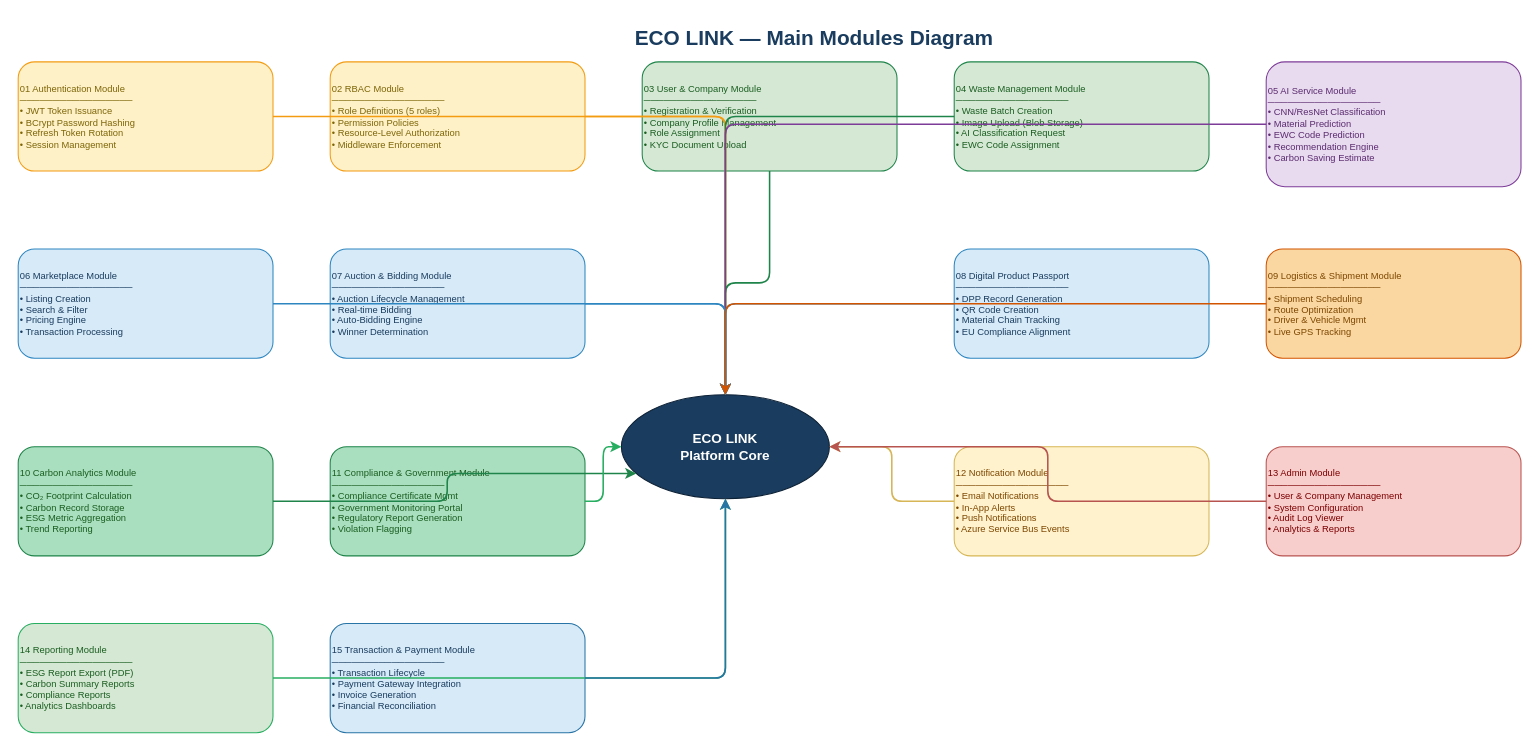
This is docs/04_Main_Modules_Diagram.drawio from shadaneutron/Eco_Link_For_Red_Dev, a draw.io file, before an edit. Source tidied: cells renumbered, new cells numbered last; positions are measured from the earlier drawing's top-left corner, leaving out a move shared by most shapes. Both pictures are drawn from the tidied source at 104%, with x=0, y=0 at pixel (18, 18).
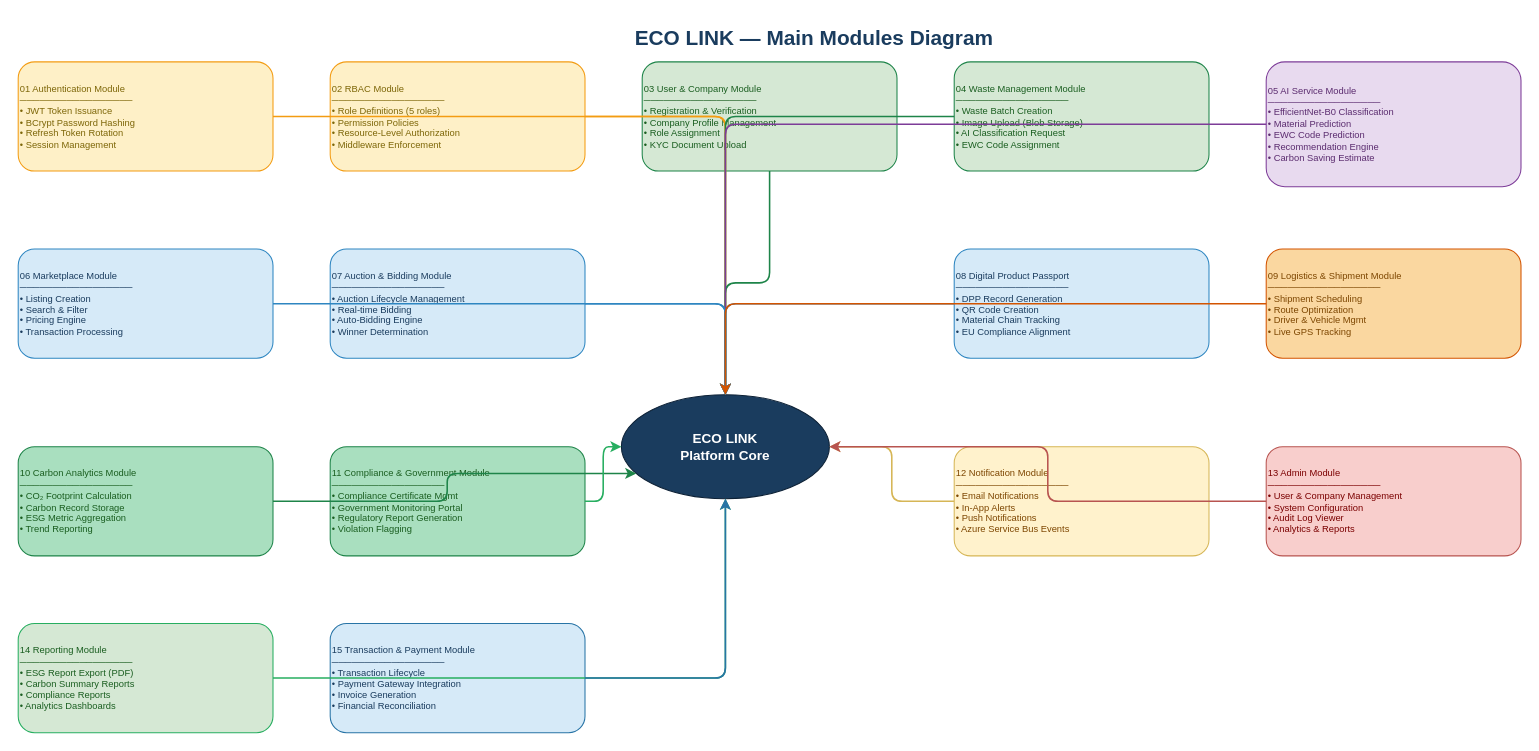
The same page after the edit.

Diff of the diagram source:
```diff
@@
-    <mxCell id="8" value="05 AI Service Module&#10;─────────────────&#10;• CNN/ResNet Classification&#10;• Material Prediction&#10;• EWC Code Prediction&#10;• Recommendation Engine&#10;• Carbon Saving Estimate" style="rounded=1;whiteSpace=wrap;html=1;fillColor=#E8DAEF;strokeColor=#7D3C98;fontColor=#5B2C6F;fontSize=9;align=left;" parent="1" vertex="1">
+    <mxCell id="8" value="05 AI Service Module&#10;─────────────────&#10;• EfficientNet-B0 Classification&#10;• Material Prediction&#10;• EWC Code Prediction&#10;• Recommendation Engine&#10;• Carbon Saving Estimate" style="rounded=1;whiteSpace=wrap;html=1;fillColor=#E8DAEF;strokeColor=#7D3C98;fontColor=#5B2C6F;fontSize=9;align=left;" parent="1" vertex="1">
       <mxGeometry x="1200" y="42" width="245" height="120" as="geometry" />
     </mxCell>
```
